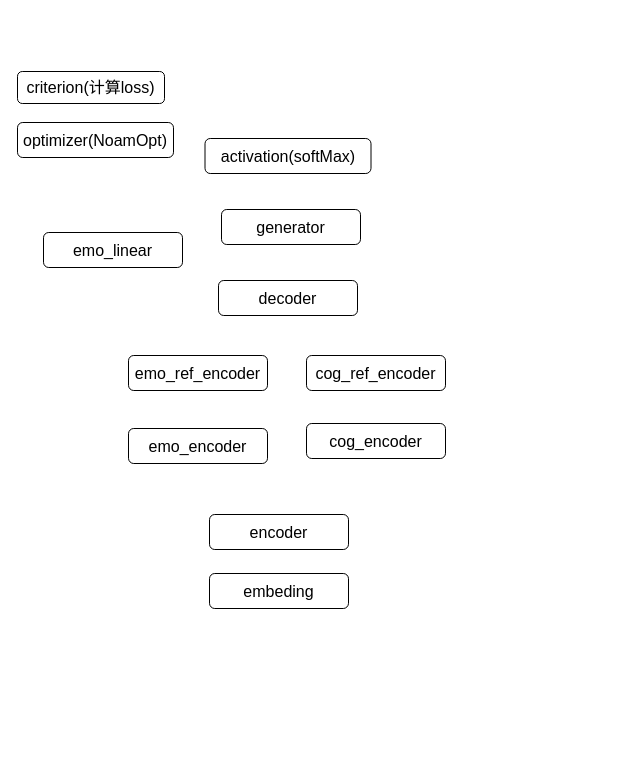
The draw.io diagram CEM.drawio in ShizhongP/dl-notes, before the edit. Source tidied: cells renumbered, new cells numbered last; positions are measured from the earlier drawing's top-left corner, leaving out a move shared by most shapes. Both pictures are drawn from the tidied source at 100%, with x=0, y=0 at pixel (17, 71).
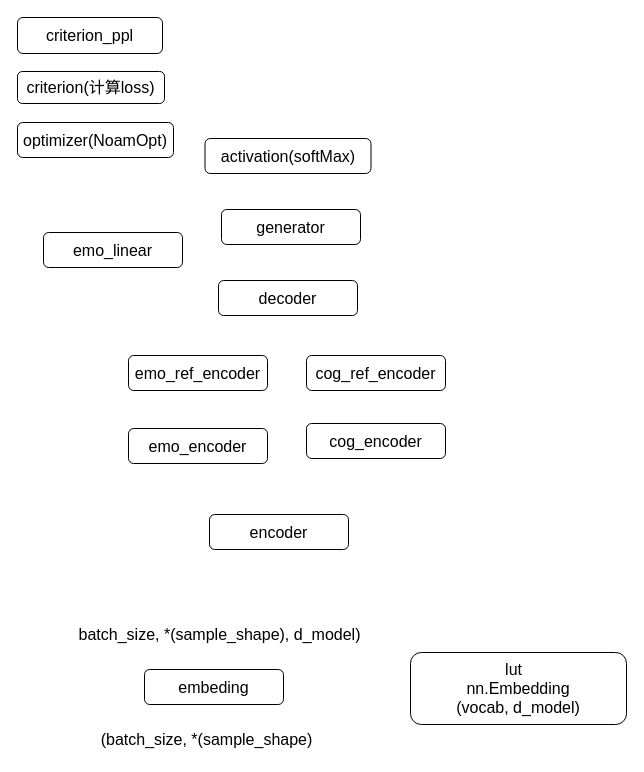
After the change.

The edit, as a diff of the source:
```diff
@@
 <mxGraphModel>
   <root>
     <mxCell id="0" />
     <mxCell id="1" parent="0" />
     <mxCell id="2" value="embeding" style="rounded=1;whiteSpace=wrap;html=1;fontSize=16;" parent="1" vertex="1">
-      <mxGeometry x="192" y="502" width="139" height="35" as="geometry" />
+      <mxGeometry x="127" y="598" width="139" height="35" as="geometry" />
     </mxCell>
     <mxCell id="3" value="encoder" style="rounded=1;whiteSpace=wrap;html=1;fontSize=16;" parent="1" vertex="1">
       <mxGeometry x="192" y="443" width="139" height="35" as="geometry" />
     </mxCell>
     <mxCell id="4" value="emo_encoder" style="rounded=1;whiteSpace=wrap;html=1;fontSize=16;" parent="1" vertex="1">
       <mxGeometry x="111" y="357" width="139" height="35" as="geometry" />
     </mxCell>
     <mxCell id="5" value="cog_encoder" style="rounded=1;whiteSpace=wrap;html=1;fontSize=16;" parent="1" vertex="1">
       <mxGeometry x="289" y="352" width="139" height="35" as="geometry" />
     </mxCell>
     <mxCell id="6" value="emo_ref_encoder" style="rounded=1;whiteSpace=wrap;html=1;fontSize=16;" parent="1" vertex="1">
       <mxGeometry x="111" y="284" width="139" height="35" as="geometry" />
     </mxCell>
     <mxCell id="7" value="cog_ref_encoder" style="rounded=1;whiteSpace=wrap;html=1;fontSize=16;" parent="1" vertex="1">
       <mxGeometry x="289" y="284" width="139" height="35" as="geometry" />
     </mxCell>
     <mxCell id="8" value="decoder" style="rounded=1;whiteSpace=wrap;html=1;fontSize=16;" parent="1" vertex="1">
       <mxGeometry x="201" y="209" width="139" height="35" as="geometry" />
     </mxCell>
     <mxCell id="9" value="emo_linear" style="rounded=1;whiteSpace=wrap;html=1;fontSize=16;" parent="1" vertex="1">
       <mxGeometry x="26" y="161" width="139" height="35" as="geometry" />
     </mxCell>
     <mxCell id="10" value="generator" style="rounded=1;whiteSpace=wrap;html=1;fontSize=16;" parent="1" vertex="1">
       <mxGeometry x="204" y="138" width="139" height="35" as="geometry" />
     </mxCell>
     <mxCell id="11" value="activation(softMax)" style="rounded=1;whiteSpace=wrap;html=1;fontSize=16;" parent="1" vertex="1">
       <mxGeometry x="187.5" y="67" width="166" height="35" as="geometry" />
     </mxCell>
     <mxCell id="12" value="criterion(计算loss)" style="rounded=1;whiteSpace=wrap;html=1;fontSize=16;" parent="1" vertex="1">
       <mxGeometry width="147" height="32" as="geometry" />
     </mxCell>
     <mxCell id="13" value="optimizer(NoamOpt)" style="rounded=1;whiteSpace=wrap;html=1;fontSize=16;" parent="1" vertex="1">
       <mxGeometry y="51" width="156" height="35" as="geometry" />
     </mxCell>
+    <mxCell id="14" value="criterion_ppl" style="rounded=1;whiteSpace=wrap;html=1;fontSize=16;" parent="1" vertex="1">
+      <mxGeometry y="-54" width="145" height="36" as="geometry" />
+    </mxCell>
+    <mxCell id="15" value="lut&amp;nbsp;&amp;nbsp;&lt;br&gt;nn.Embedding&lt;br&gt;(vocab, d_model)" style="rounded=1;whiteSpace=wrap;html=1;fontSize=16;" parent="1" vertex="1">
+      <mxGeometry x="393" y="581" width="216" height="72" as="geometry" />
+    </mxCell>
+    <mxCell id="16" value="(batch_size, *(sample_shape)" style="text;html=1;strokeColor=none;fillColor=none;align=center;verticalAlign=middle;whiteSpace=wrap;rounded=0;fontSize=16;" parent="1" vertex="1">
+      <mxGeometry x="62" y="653" width="255" height="30" as="geometry" />
+    </mxCell>
+    <mxCell id="17" value="batch_size, *(sample_shape), d_model)" style="text;html=1;strokeColor=none;fillColor=none;align=center;verticalAlign=middle;whiteSpace=wrap;rounded=0;fontSize=16;" parent="1" vertex="1">
+      <mxGeometry x="45" y="548" width="315" height="30" as="geometry" />
+    </mxCell>
   </root>
 </mxGraphModel>
```
